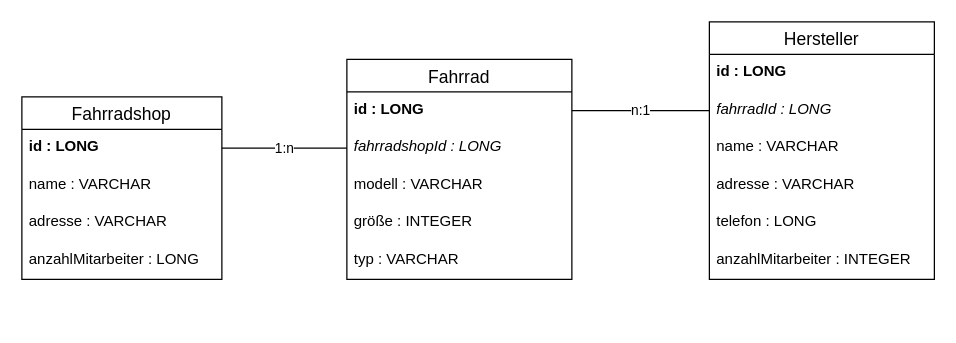
fbubeck/VertSys keeps this draw.io diagram as Datenmodell Fahrradshop.drawio. Above is the earlier version. Source tidied: cells renumbered, new cells numbered last; positions are measured from the earlier drawing's top-left corner, leaving out a move shared by most shapes. Both pictures are drawn from the tidied source at 125%, with x=0, y=0 at pixel (21, 21).
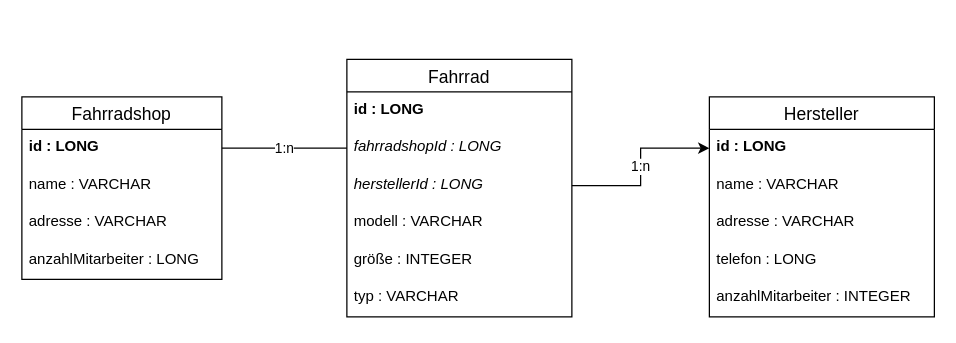
The same diagram, later.

The change refers to these unchanged cells:
```xml
<mxCell id="8" value="id : LONG" style="text;strokeColor=none;fillColor=none;spacingLeft=4;spacingRight=4;overflow=hidden;points=[[0,0.5],[1,0.5]];portConstraint=eastwest;fontSize=12;fontStyle=1;" parent="7" vertex="1">
  <mxGeometry y="26" width="180" height="30" as="geometry" />
</mxCell>
<mxCell id="15" value="id : LONG" style="text;strokeColor=none;fillColor=none;spacingLeft=4;spacingRight=4;overflow=hidden;points=[[0,0.5],[1,0.5]];portConstraint=eastwest;fontSize=12;fontStyle=1;" parent="14" vertex="1">
  <mxGeometry y="26" width="180" height="30" as="geometry" />
</mxCell>
```

What changed in the source:
```diff
@@
     <mxCell id="7" value="Hersteller" style="swimlane;fontStyle=0;horizontal=1;startSize=26;align=center;fontSize=14;" parent="1" vertex="1">
-      <mxGeometry x="550" width="180" height="206" as="geometry" />
+      <mxGeometry x="550" y="60" width="180" height="176" as="geometry" />
     </mxCell>
@@
-    <mxCell id="9" value="fahrradId : LONG" style="text;strokeColor=none;fillColor=none;spacingLeft=4;spacingRight=4;overflow=hidden;points=[[0,0.5],[1,0.5]];portConstraint=eastwest;fontSize=12;fontStyle=2;" parent="7" vertex="1">
-      <mxGeometry y="56" width="180" height="30" as="geometry" />
-    </mxCell>
     <mxCell id="10" value="name : VARCHAR" style="text;strokeColor=none;fillColor=none;spacingLeft=4;spacingRight=4;overflow=hidden;fontSize=12;" parent="7" vertex="1">
-      <mxGeometry y="86" width="180" height="30" as="geometry" />
+      <mxGeometry y="56" width="180" height="30" as="geometry" />
     </mxCell>
     <mxCell id="11" value="adresse : VARCHAR" style="text;strokeColor=none;fillColor=none;spacingLeft=4;spacingRight=4;overflow=hidden;fontSize=12;" parent="7" vertex="1">
-      <mxGeometry y="116" width="180" height="30" as="geometry" />
+      <mxGeometry y="86" width="180" height="30" as="geometry" />
     </mxCell>
     <mxCell id="12" value="telefon : LONG" style="text;strokeColor=none;fillColor=none;spacingLeft=4;spacingRight=4;overflow=hidden;fontSize=12;" parent="7" vertex="1">
-      <mxGeometry y="146" width="180" height="30" as="geometry" />
+      <mxGeometry y="116" width="180" height="30" as="geometry" />
     </mxCell>
     <mxCell id="13" value="anzahlMitarbeiter : INTEGER" style="text;strokeColor=none;fillColor=none;spacingLeft=4;spacingRight=4;overflow=hidden;fontSize=12;" parent="7" vertex="1">
-      <mxGeometry y="176" width="180" height="30" as="geometry" />
+      <mxGeometry y="146" width="180" height="30" as="geometry" />
     </mxCell>
     <mxCell id="14" value="Fahrrad" style="swimlane;fontStyle=0;horizontal=1;startSize=26;align=center;fontSize=14;" parent="1" vertex="1">
-      <mxGeometry x="260" y="30" width="180" height="176" as="geometry" />
+      <mxGeometry x="260" y="30" width="180" height="206" as="geometry" />
     </mxCell>
@@
+    <mxCell id="22" value="herstellerId : LONG" style="text;strokeColor=none;fillColor=none;spacingLeft=4;spacingRight=4;overflow=hidden;points=[[0,0.5],[1,0.5]];portConstraint=eastwest;fontSize=12;fontStyle=2;" parent="14" vertex="1">
+      <mxGeometry y="86" width="180" height="30" as="geometry" />
+    </mxCell>
     <mxCell id="17" value="modell : VARCHAR" style="text;strokeColor=none;fillColor=none;spacingLeft=4;spacingRight=4;overflow=hidden;fontSize=12;" parent="14" vertex="1">
-      <mxGeometry y="86" width="180" height="30" as="geometry" />
+      <mxGeometry y="116" width="180" height="30" as="geometry" />
     </mxCell>
     <mxCell id="18" value="größe : INTEGER" style="text;strokeColor=none;fillColor=none;spacingLeft=4;spacingRight=4;overflow=hidden;fontSize=12;" parent="14" vertex="1">
-      <mxGeometry y="116" width="180" height="30" as="geometry" />
+      <mxGeometry y="146" width="180" height="30" as="geometry" />
     </mxCell>
     <mxCell id="19" value="typ : VARCHAR" style="text;strokeColor=none;fillColor=none;spacingLeft=4;spacingRight=4;overflow=hidden;fontSize=12;" parent="14" vertex="1">
-      <mxGeometry y="146" width="180" height="30" as="geometry" />
+      <mxGeometry y="176" width="180" height="30" as="geometry" />
     </mxCell>
@@
-    <mxCell id="21" value="n:1" style="edgeStyle=orthogonalEdgeStyle;rounded=0;jettySize=auto;html=1;endArrow=none;endFill=0;" parent="1" edge="1" source="15" target="9">
-      <mxGeometry relative="1" as="geometry" />
-    </mxCell>
+    <mxCell id="23" value="1:n" style="edgeStyle=orthogonalEdgeStyle;rounded=0;jettySize=auto;html=1;entryX=0;entryY=0.5;entryDx=0;entryDy=0;" parent="1" edge="1" source="22" target="8">
+      <mxGeometry relative="1" as="geometry" />
+    </mxCell>
```
